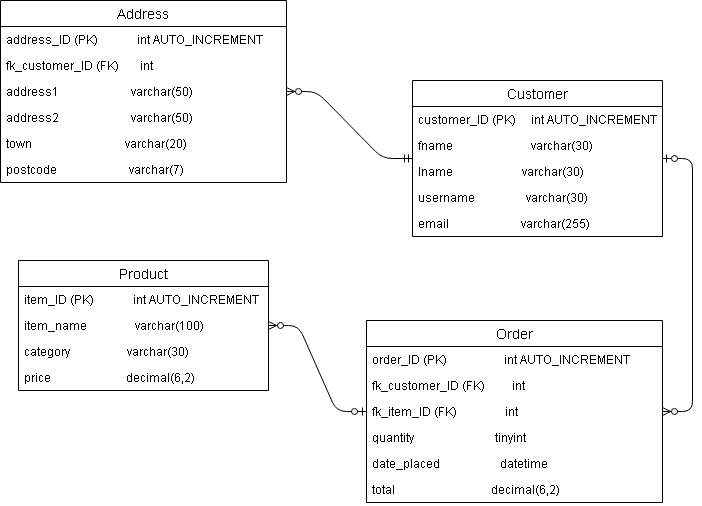
Before: project-CRUD.png, a diagram exported from draw.io (QA-Ashley/Project-CRUD). Source tidied: cells renumbered, new cells last; positions are measured from the earlier drawing's top-left corner, leaving out a move shared by most shapes.
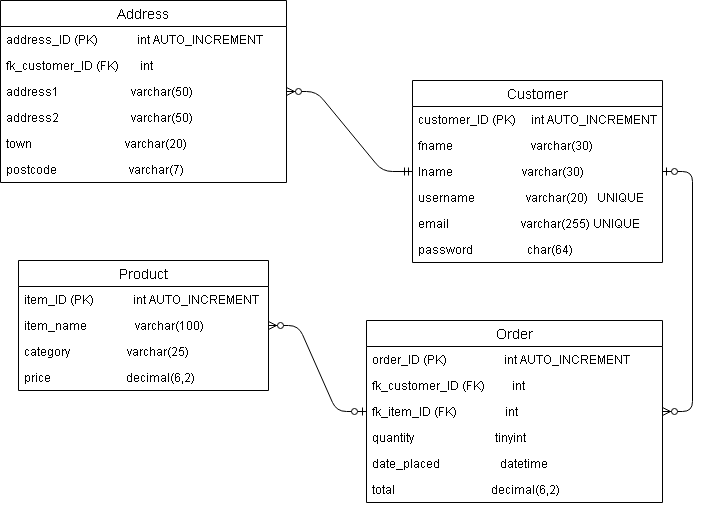
After the commit.

Commit message:
Made changes to ERD, added fields I previously missed and changed data types of some.

Diff of the diagram source:
```diff
@@ -3,7 +3,7 @@
     <mxCell id="0" />
     <mxCell id="1" parent="0" />
     <mxCell id="2" value="Customer" style="swimlane;fontStyle=0;horizontal=1;startSize=26;align=center;fontSize=14;" parent="1" vertex="1">
-      <mxGeometry x="412" y="80" width="250" height="156" as="geometry" />
+      <mxGeometry x="412" y="80" width="250" height="182" as="geometry" />
     </mxCell>
     <mxCell id="3" value="customer_ID (PK)     int AUTO_INCREMENT" style="text;strokeColor=none;fillColor=none;spacingLeft=4;spacingRight=4;overflow=hidden;fontSize=12;" parent="2" vertex="1">
       <mxGeometry y="26" width="250" height="26" as="geometry" />
@@ -14,77 +14,80 @@
     <mxCell id="5" value="lname                       varchar(30)" style="text;strokeColor=none;fillColor=none;spacingLeft=4;spacingRight=4;overflow=hidden;fontSize=12;" parent="2" vertex="1">
       <mxGeometry y="78" width="250" height="26" as="geometry" />
     </mxCell>
-    <mxCell id="6" value="username                 varchar(30)" style="text;strokeColor=none;fillColor=none;spacingLeft=4;spacingRight=4;overflow=hidden;fontSize=12;" parent="2" vertex="1">
+    <mxCell id="6" value="username                 varchar(20)   UNIQUE" style="text;strokeColor=none;fillColor=none;spacingLeft=4;spacingRight=4;overflow=hidden;fontSize=12;" parent="2" vertex="1">
       <mxGeometry y="104" width="250" height="26" as="geometry" />
     </mxCell>
-    <mxCell id="7" value="email                        varchar(255)" style="text;strokeColor=none;fillColor=none;spacingLeft=4;spacingRight=4;overflow=hidden;fontSize=12;" parent="2" vertex="1">
+    <mxCell id="7" value="email                        varchar(255) UNIQUE" style="text;strokeColor=none;fillColor=none;spacingLeft=4;spacingRight=4;overflow=hidden;fontSize=12;" parent="2" vertex="1">
       <mxGeometry y="130" width="250" height="26" as="geometry" />
     </mxCell>
-    <mxCell id="8" style="edgeStyle=entityRelationEdgeStyle;fontSize=12;html=1;endArrow=ERzeroToMany;startArrow=ERzeroToOne;" parent="1" edge="1" source="2" target="9">
-      <mxGeometry relative="1" as="geometry" />
+    <mxCell id="8" value="password                  char(64)" style="text;strokeColor=none;fillColor=none;spacingLeft=4;spacingRight=4;overflow=hidden;fontSize=12;" parent="2" vertex="1">
+      <mxGeometry y="156" width="250" height="26" as="geometry" />
     </mxCell>
-    <mxCell id="9" value="Order" style="swimlane;fontStyle=0;horizontal=1;startSize=26;align=center;fontSize=14;" parent="1" vertex="1">
-      <mxGeometry x="366" y="320" width="296" height="182" as="geometry" />
+    <mxCell id="9" style="edgeStyle=entityRelationEdgeStyle;fontSize=12;html=1;endArrow=ERzeroToMany;startArrow=ERzeroToOne;" parent="1" edge="1" source="2" target="10">
+      <mxGeometry relative="1" as="geometry" />
     </mxCell>
-    <mxCell id="10" value="order_ID (PK)                   int AUTO_INCREMENT" style="text;strokeColor=none;fillColor=none;spacingLeft=4;spacingRight=4;overflow=hidden;points=[[0,0.5],[1,0.5]];portConstraint=eastwest;fontSize=12;" parent="9" vertex="1">
-      <mxGeometry y="26" width="296" height="26" as="geometry" />
+    <mxCell id="10" value="Order" style="swimlane;fontStyle=0;horizontal=1;startSize=26;align=center;fontSize=14;" parent="1" vertex="1">
+      <mxGeometry x="366" y="320" width="296" height="182" as="geometry" />
     </mxCell>
-    <mxCell id="11" value="fk_customer_ID (FK)&amp;nbsp; &amp;nbsp; &amp;nbsp; &amp;nbsp; &amp;nbsp;int" style="text;strokeColor=none;fillColor=none;spacingLeft=4;spacingRight=4;overflow=hidden;fontSize=12;html=1;" parent="9" vertex="1">
-      <mxGeometry y="52" width="296" height="26" as="geometry" />
+    <mxCell id="11" value="order_ID (PK)                   int AUTO_INCREMENT" style="text;strokeColor=none;fillColor=none;spacingLeft=4;spacingRight=4;overflow=hidden;fontSize=12;" parent="10" vertex="1">
+      <mxGeometry y="26" width="296" height="26" as="geometry" />
     </mxCell>
-    <mxCell id="12" value="fk_item_ID (FK)                int" style="text;strokeColor=none;fillColor=none;spacingLeft=4;spacingRight=4;overflow=hidden;fontSize=12;" parent="9" vertex="1">
-      <mxGeometry y="78" width="296" height="26" as="geometry" />
+    <mxCell id="12" value="fk_customer_ID (FK)&amp;nbsp; &amp;nbsp; &amp;nbsp; &amp;nbsp; &amp;nbsp;int" style="text;strokeColor=none;fillColor=none;spacingLeft=4;spacingRight=4;overflow=hidden;fontSize=12;html=1;" parent="10" vertex="1">
+      <mxGeometry y="52" width="296" height="26" as="geometry" />
     </mxCell>
-    <mxCell id="13" value="quantity                           tinyint" style="text;strokeColor=none;fillColor=none;spacingLeft=4;spacingRight=4;overflow=hidden;fontSize=12;" parent="9" vertex="1">
-      <mxGeometry y="104" width="296" height="26" as="geometry" />
+    <mxCell id="13" value="fk_item_ID (FK)                int" style="text;strokeColor=none;fillColor=none;spacingLeft=4;spacingRight=4;overflow=hidden;fontSize=12;" parent="10" vertex="1">
+      <mxGeometry y="78" width="296" height="26" as="geometry" />
     </mxCell>
-    <mxCell id="14" value="date_placed                    datetime" style="text;strokeColor=none;fillColor=none;spacingLeft=4;spacingRight=4;overflow=hidden;fontSize=12;" parent="9" vertex="1">
-      <mxGeometry y="130" width="296" height="26" as="geometry" />
+    <mxCell id="14" value="quantity                           tinyint" style="text;strokeColor=none;fillColor=none;spacingLeft=4;spacingRight=4;overflow=hidden;fontSize=12;" parent="10" vertex="1">
+      <mxGeometry y="104" width="296" height="26" as="geometry" />
     </mxCell>
-    <mxCell id="15" value="total                                decimal(6,2)" style="text;strokeColor=none;fillColor=none;spacingLeft=4;spacingRight=4;overflow=hidden;fontSize=12;" parent="9" vertex="1">
-      <mxGeometry y="156" width="296" height="26" as="geometry" />
+    <mxCell id="15" value="date_placed                    datetime" style="text;strokeColor=none;fillColor=none;spacingLeft=4;spacingRight=4;overflow=hidden;fontSize=12;" parent="10" vertex="1">
+      <mxGeometry y="130" width="296" height="26" as="geometry" />
     </mxCell>
-    <mxCell id="16" value="Address" style="swimlane;fontStyle=0;horizontal=1;startSize=26;align=center;fontSize=14;" parent="1" vertex="1">
-      <mxGeometry width="286" height="182" as="geometry" />
+    <mxCell id="16" value="total                                decimal(6,2)" style="text;strokeColor=none;fillColor=none;spacingLeft=4;spacingRight=4;overflow=hidden;points=[[0,0.5],[1,0.5]];portConstraint=eastwest;fontSize=12;" parent="10" vertex="1">
+      <mxGeometry y="156" width="296" height="26" as="geometry" />
     </mxCell>
-    <mxCell id="17" value="address_ID (PK)             int AUTO_INCREMENT" style="text;strokeColor=none;fillColor=none;spacingLeft=4;spacingRight=4;overflow=hidden;points=[[0,0.5],[1,0.5]];portConstraint=eastwest;fontSize=12;" parent="16" vertex="1">
-      <mxGeometry y="26" width="286" height="26" as="geometry" />
+    <mxCell id="17" value="Address" style="swimlane;fontStyle=0;horizontal=1;startSize=26;align=center;fontSize=14;" parent="1" vertex="1">
+      <mxGeometry width="286" height="182" as="geometry" />
     </mxCell>
-    <mxCell id="18" value="fk_customer_ID (FK)&amp;nbsp; &amp;nbsp; &amp;nbsp; &amp;nbsp;int" style="text;strokeColor=none;fillColor=none;spacingLeft=4;spacingRight=4;overflow=hidden;fontSize=12;html=1;" parent="16" vertex="1">
-      <mxGeometry y="52" width="286" height="26" as="geometry" />
+    <mxCell id="18" value="address_ID (PK)             int AUTO_INCREMENT" style="text;strokeColor=none;fillColor=none;spacingLeft=4;spacingRight=4;overflow=hidden;fontSize=12;" parent="17" vertex="1">
+      <mxGeometry y="26" width="286" height="26" as="geometry" />
     </mxCell>
-    <mxCell id="19" value="address1                        varchar(50)" style="text;strokeColor=none;fillColor=none;spacingLeft=4;spacingRight=4;overflow=hidden;fontSize=12;" parent="16" vertex="1">
-      <mxGeometry y="78" width="286" height="26" as="geometry" />
+    <mxCell id="19" value="fk_customer_ID (FK)&amp;nbsp; &amp;nbsp; &amp;nbsp; &amp;nbsp;int" style="text;strokeColor=none;fillColor=none;spacingLeft=4;spacingRight=4;overflow=hidden;fontSize=12;html=1;" parent="17" vertex="1">
+      <mxGeometry y="52" width="286" height="26" as="geometry" />
     </mxCell>
-    <mxCell id="20" value="address2                        varchar(50)" style="text;strokeColor=none;fillColor=none;spacingLeft=4;spacingRight=4;overflow=hidden;fontSize=12;" parent="16" vertex="1">
-      <mxGeometry y="104" width="286" height="26" as="geometry" />
+    <mxCell id="20" value="address1                        varchar(50)" style="text;strokeColor=none;fillColor=none;spacingLeft=4;spacingRight=4;overflow=hidden;fontSize=12;" parent="17" vertex="1">
+      <mxGeometry y="78" width="286" height="26" as="geometry" />
     </mxCell>
-    <mxCell id="21" value="town                               varchar(20)" style="text;strokeColor=none;fillColor=none;spacingLeft=4;spacingRight=4;overflow=hidden;fontSize=12;" parent="16" vertex="1">
-      <mxGeometry y="130" width="286" height="26" as="geometry" />
+    <mxCell id="21" value="address2                        varchar(50)" style="text;strokeColor=none;fillColor=none;spacingLeft=4;spacingRight=4;overflow=hidden;fontSize=12;" parent="17" vertex="1">
+      <mxGeometry y="104" width="286" height="26" as="geometry" />
     </mxCell>
-    <mxCell id="22" value="postcode                        varchar(7)" style="text;strokeColor=none;fillColor=none;spacingLeft=4;spacingRight=4;overflow=hidden;fontSize=12;" parent="16" vertex="1">
-      <mxGeometry y="156" width="286" height="26" as="geometry" />
+    <mxCell id="22" value="town                               varchar(20)" style="text;strokeColor=none;fillColor=none;spacingLeft=4;spacingRight=4;overflow=hidden;fontSize=12;" parent="17" vertex="1">
+      <mxGeometry y="130" width="286" height="26" as="geometry" />
     </mxCell>
-    <mxCell id="23" value="Product" style="swimlane;fontStyle=0;horizontal=1;startSize=26;align=center;fontSize=14;" parent="1" vertex="1">
-      <mxGeometry x="18" y="260" width="250" height="130" as="geometry" />
+    <mxCell id="23" value="postcode                        varchar(7)" style="text;strokeColor=none;fillColor=none;spacingLeft=4;spacingRight=4;overflow=hidden;points=[[0,0.5],[1,0.5]];portConstraint=eastwest;fontSize=12;" parent="17" vertex="1">
+      <mxGeometry y="156" width="286" height="26" as="geometry" />
     </mxCell>
-    <mxCell id="24" value="item_ID (PK)             int AUTO_INCREMENT" style="text;strokeColor=none;fillColor=none;spacingLeft=4;spacingRight=4;overflow=hidden;points=[[0,0.5],[1,0.5]];portConstraint=eastwest;fontSize=12;" parent="23" vertex="1">
-      <mxGeometry y="26" width="250" height="26" as="geometry" />
+    <mxCell id="24" value="Product" style="swimlane;fontStyle=0;horizontal=1;startSize=26;align=center;fontSize=14;" parent="1" vertex="1">
+      <mxGeometry x="18" y="260" width="250" height="130" as="geometry" />
     </mxCell>
-    <mxCell id="25" value="item_name&amp;nbsp; &amp;nbsp; &amp;nbsp; &amp;nbsp; &amp;nbsp; &amp;nbsp; &amp;nbsp; &amp;nbsp; varchar(100)" style="text;strokeColor=none;fillColor=none;spacingLeft=4;spacingRight=4;overflow=hidden;fontSize=12;html=1;" parent="23" vertex="1">
-      <mxGeometry y="52" width="250" height="26" as="geometry" />
+    <mxCell id="25" value="item_ID (PK)             int AUTO_INCREMENT" style="text;strokeColor=none;fillColor=none;spacingLeft=4;spacingRight=4;overflow=hidden;fontSize=12;" parent="24" vertex="1">
+      <mxGeometry y="26" width="250" height="26" as="geometry" />
     </mxCell>
-    <mxCell id="26" value="category                   varchar(30)" style="text;strokeColor=none;fillColor=none;spacingLeft=4;spacingRight=4;overflow=hidden;fontSize=12;" parent="23" vertex="1">
-      <mxGeometry y="78" width="250" height="26" as="geometry" />
+    <mxCell id="26" value="item_name&amp;nbsp; &amp;nbsp; &amp;nbsp; &amp;nbsp; &amp;nbsp; &amp;nbsp; &amp;nbsp; &amp;nbsp; varchar(100)" style="text;strokeColor=none;fillColor=none;spacingLeft=4;spacingRight=4;overflow=hidden;fontSize=12;html=1;" parent="24" vertex="1">
+      <mxGeometry y="52" width="250" height="26" as="geometry" />
     </mxCell>
-    <mxCell id="27" value="price                         decimal(6,2)" style="text;strokeColor=none;fillColor=none;spacingLeft=4;spacingRight=4;overflow=hidden;fontSize=12;" parent="23" vertex="1">
-      <mxGeometry y="104" width="250" height="26" as="geometry" />
+    <mxCell id="27" value="category                   varchar(25)" style="text;strokeColor=none;fillColor=none;spacingLeft=4;spacingRight=4;overflow=hidden;fontSize=12;" parent="24" vertex="1">
+      <mxGeometry y="78" width="250" height="26" as="geometry" />
     </mxCell>
-    <mxCell id="28" style="edgeStyle=entityRelationEdgeStyle;fontSize=12;html=1;endArrow=ERzeroToMany;startArrow=ERmandOne;" parent="1" edge="1" source="2" target="16">
-      <mxGeometry relative="1" as="geometry" />
+    <mxCell id="28" value="price                         decimal(6,2)" style="text;strokeColor=none;fillColor=none;spacingLeft=4;spacingRight=4;overflow=hidden;fontSize=12;" parent="24" vertex="1">
+      <mxGeometry y="104" width="250" height="26" as="geometry" />
     </mxCell>
-    <mxCell id="29" style="edgeStyle=entityRelationEdgeStyle;fontSize=12;html=1;endArrow=ERzeroToMany;startArrow=ERzeroToOne;" parent="1" edge="1" source="9" target="23">
+    <mxCell id="29" style="edgeStyle=entityRelationEdgeStyle;fontSize=12;html=1;endArrow=ERzeroToMany;startArrow=ERmandOne;" parent="1" edge="1" source="2" target="17">
       <mxGeometry relative="1" as="geometry" />
     </mxCell>
+    <mxCell id="30" style="edgeStyle=entityRelationEdgeStyle;fontSize=12;html=1;endArrow=ERzeroToMany;startArrow=ERzeroToOne;" parent="1" edge="1" source="10" target="24">
+      <mxGeometry relative="1" as="geometry" />
+    </mxCell>
   </root>
 </mxGraphModel>
```
